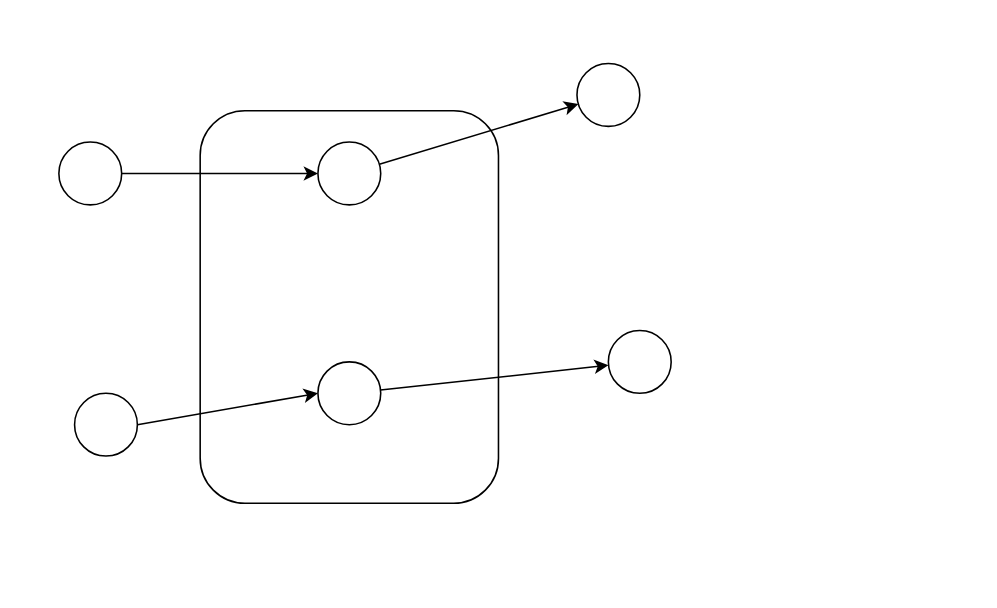
Before: Untitled Diagram.drawio in clappfix/hello-world, a draw.io diagram. Source tidied: cells renumbered, new cells numbered last; positions are measured from the earlier drawing's top-left corner, leaving out a move shared by most shapes. Both pictures are drawn from the tidied source at 157%, with x=0, y=0 at pixel (58, 63).
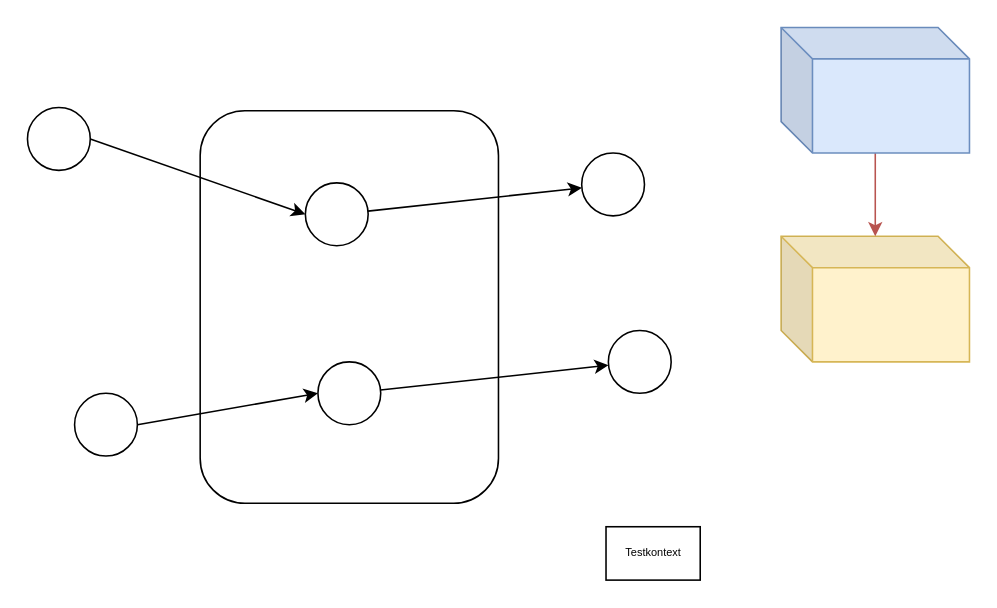
The same page after the edit.

Change to the diagram source:
```diff
@@
 <mxGraphModel>
   <root>
     <mxCell id="0" />
     <mxCell id="1" parent="0" />
     <mxCell id="2" style="rounded=1;whiteSpace=wrap;html=1;fillColor=none;" parent="1" vertex="1">
       <mxGeometry x="90" y="30" width="190" height="250" as="geometry" />
     </mxCell>
     <mxCell id="3" style="rounded=0;jettySize=auto;html=1;exitX=1;exitY=0.5;exitDx=0;exitDy=0;entryX=0;entryY=0.5;entryDx=0;entryDy=0;" parent="1" edge="1" source="4" target="6">
       <mxGeometry relative="1" as="geometry" />
     </mxCell>
     <mxCell id="4" style="ellipse;whiteSpace=wrap;html=1;" parent="1" vertex="1">
-      <mxGeometry y="50" width="40" height="40" as="geometry" />
+      <mxGeometry x="-20" y="28" width="40" height="40" as="geometry" />
     </mxCell>
     <mxCell id="5" style="rounded=0;jettySize=auto;html=1;" parent="1" edge="1" source="6" target="7">
       <mxGeometry relative="1" as="geometry" />
     </mxCell>
     <mxCell id="6" style="ellipse;whiteSpace=wrap;html=1;" parent="1" vertex="1">
-      <mxGeometry x="165" y="50" width="40" height="40" as="geometry" />
+      <mxGeometry x="157" y="76" width="40" height="40" as="geometry" />
     </mxCell>
     <mxCell id="7" style="ellipse;whiteSpace=wrap;html=1;" parent="1" vertex="1">
-      <mxGeometry x="330" width="40" height="40" as="geometry" />
+      <mxGeometry x="333" y="57" width="40" height="40" as="geometry" />
     </mxCell>
     <mxCell id="8" style="rounded=0;jettySize=auto;html=1;exitX=1;exitY=0.5;exitDx=0;exitDy=0;entryX=0;entryY=0.5;entryDx=0;entryDy=0;" parent="1" edge="1" source="9" target="11">
       <mxGeometry relative="1" as="geometry" />
     </mxCell>
     <mxCell id="9" style="ellipse;whiteSpace=wrap;html=1;" parent="1" vertex="1">
       <mxGeometry x="10" y="210" width="40" height="40" as="geometry" />
     </mxCell>
     <mxCell id="10" style="rounded=0;jettySize=auto;html=1;" parent="1" edge="1" source="11" target="12">
       <mxGeometry relative="1" as="geometry" />
     </mxCell>
     <mxCell id="11" style="ellipse;whiteSpace=wrap;html=1;" parent="1" vertex="1">
       <mxGeometry x="165" y="190" width="40" height="40" as="geometry" />
     </mxCell>
     <mxCell id="12" style="ellipse;whiteSpace=wrap;html=1;" parent="1" vertex="1">
       <mxGeometry x="350" y="170" width="40" height="40" as="geometry" />
     </mxCell>
+    <mxCell id="13" style="shape=cube;whiteSpace=wrap;html=1;boundedLbl=1;backgroundOutline=1;darkOpacity=0.05;darkOpacity2=0.1;fillColor=#fff2cc;strokeColor=#d6b656;" parent="1" vertex="1">
+      <mxGeometry x="460" y="110" width="120" height="80" as="geometry" />
+    </mxCell>
+    <mxCell id="14" style="edgeStyle=none;rounded=0;jettySize=auto;html=1;fillColor=#f8cecc;strokeColor=#b85450;" parent="1" edge="1" source="15" target="13">
+      <mxGeometry relative="1" as="geometry" />
+    </mxCell>
+    <mxCell id="15" style="shape=cube;whiteSpace=wrap;html=1;boundedLbl=1;backgroundOutline=1;darkOpacity=0.05;darkOpacity2=0.1;fillColor=#dae8fc;strokeColor=#6c8ebf;" parent="1" vertex="1">
+      <mxGeometry x="460" y="-23" width="120" height="80" as="geometry" />
+    </mxCell>
+    <mxCell id="16" value="Testkontext" style="rounded=0;whiteSpace=wrap;html=1;fillColor=none;fontSize=7;" parent="1" vertex="1">
+      <mxGeometry x="348.5" y="295" width="60" height="34" as="geometry" />
+    </mxCell>
   </root>
 </mxGraphModel>
```
